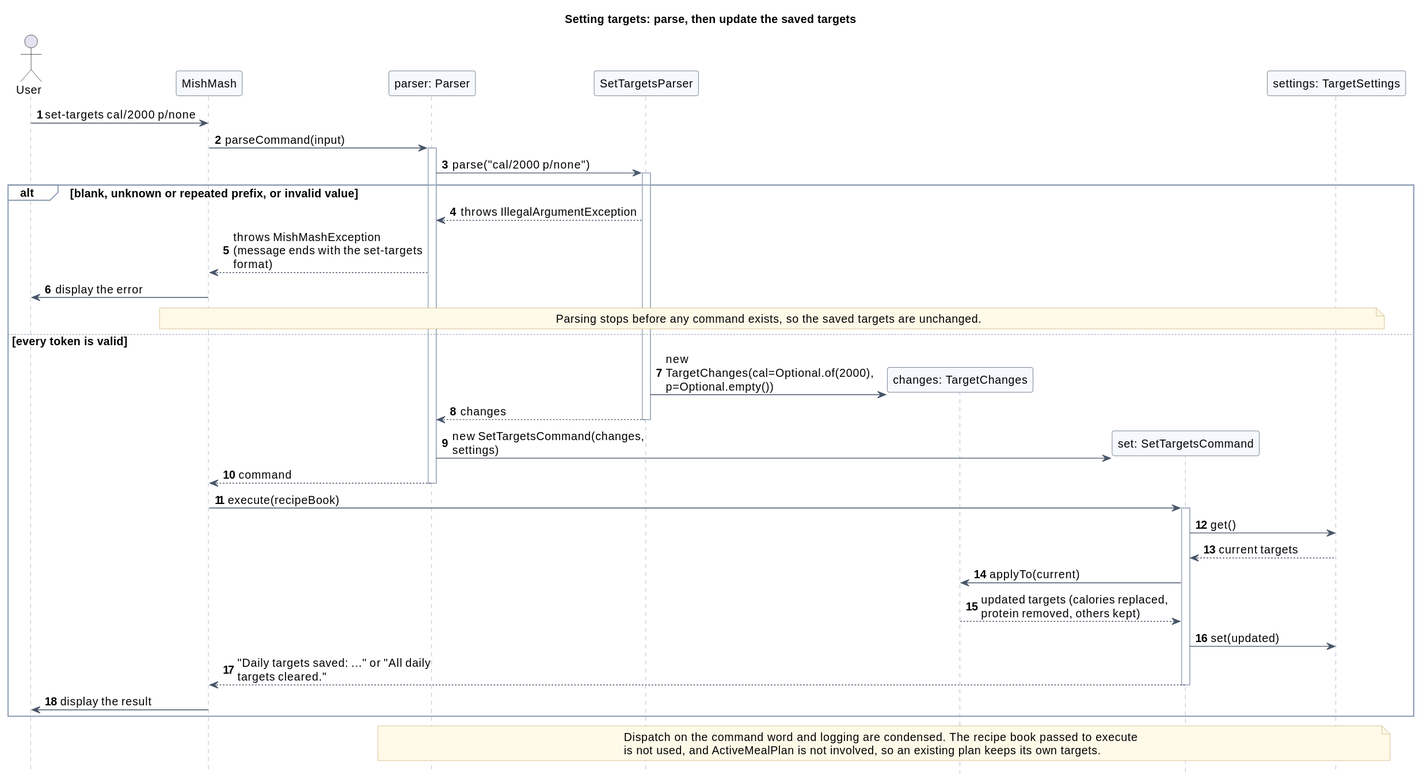
The PlantUML diagram docs/images/targets/set-targets.svg in AY2627S1-CS2113-W13-4/tp, before a commit. Its diagram source:
```plantuml
@startuml
!include ../shortfall/style.iuml
title Setting targets: parse, then update the saved targets
autonumber

actor "User" as User
participant "MishMash" as App
participant "parser: Parser" as Parser
participant "SetTargetsParser" as SParser
participant "changes: TargetChanges" as Changes
participant "set: SetTargetsCommand" as Set
participant "settings: TargetSettings" as Settings

User -> App : set-targets cal/2000 p/none
App -> Parser : parseCommand(input)
activate Parser
Parser -> SParser : parse("cal/2000 p/none")
activate SParser
alt blank, unknown or repeated prefix, or invalid value
  SParser --> Parser : throws IllegalArgumentException
  Parser --> App : throws MishMashException (message ends with the set-targets format)
  App -> User : display the error
  note over App, Settings : Parsing stops before any command exists, so the saved targets are unchanged.
else every token is valid
  SParser -> Changes ** : new TargetChanges(cal=Optional.of(2000), p=Optional.empty())
  SParser --> Parser : changes
  deactivate SParser
  Parser -> Set ** : new SetTargetsCommand(changes, settings)
  Parser --> App : command
  deactivate Parser
  App -> Set : execute(recipeBook)
  activate Set
  Set -> Settings : get()
  Settings --> Set : current targets
  Set -> Changes : applyTo(current)
  Changes --> Set : updated targets (calories replaced, protein removed, others kept)
  Set -> Settings : set(updated)
  Set --> App : "Daily targets saved: ..." or "All daily targets cleared."
  deactivate Set
  App -> User : display the result
end

note over Parser, Settings
  Dispatch on the command word and logging are condensed. The recipe book passed to execute
  is not used, and ActiveMealPlan is not involved, so an existing plan keeps its own targets.
end note
@enduml
```
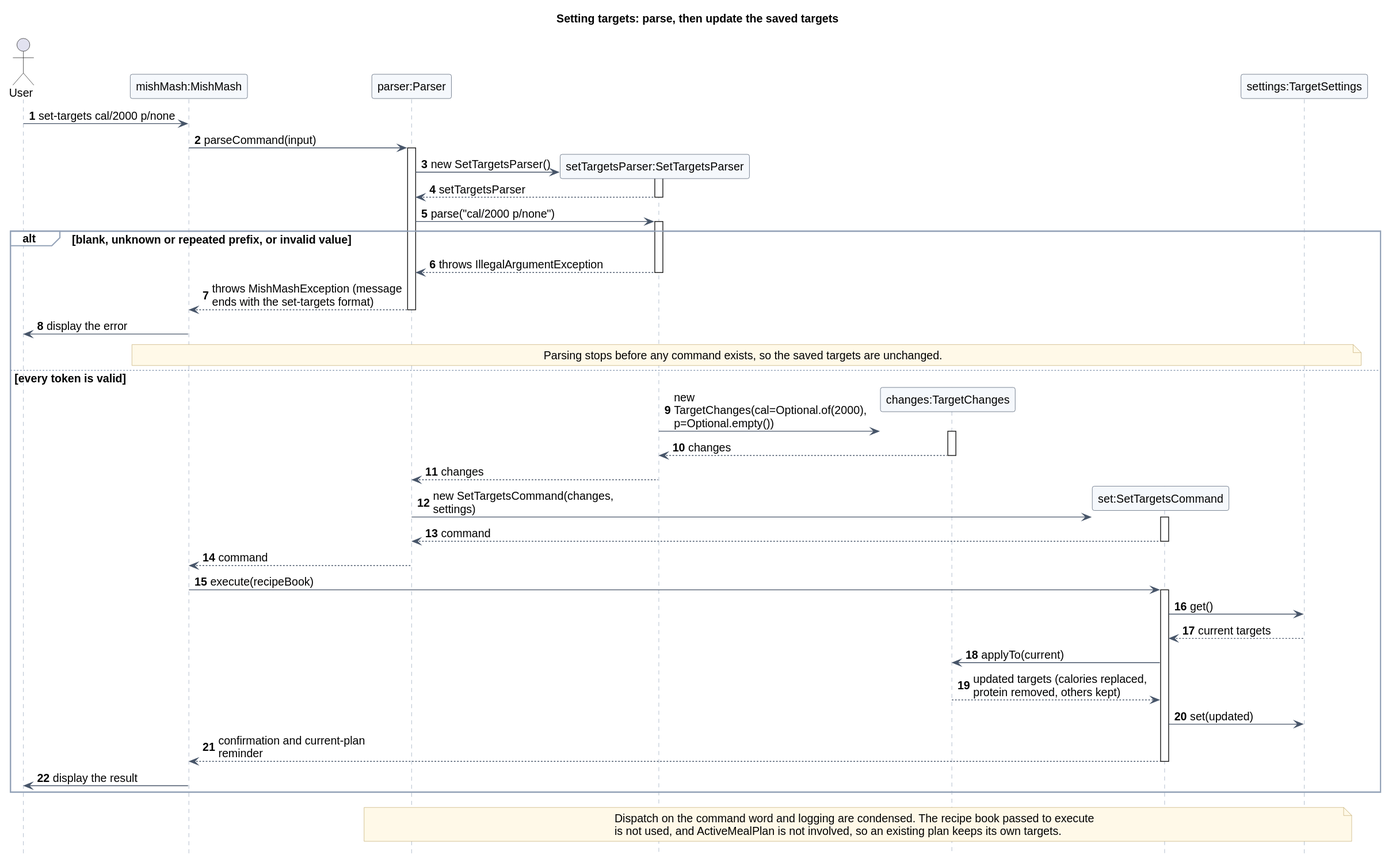
The same diagram one commit later.

What changed in the source:
```diff
@@ -4,28 +4,43 @@
 autonumber
 
 actor "User" as User
-participant "MishMash" as App
-participant "parser: Parser" as Parser
-participant "SetTargetsParser" as SParser
-participant "changes: TargetChanges" as Changes
-participant "set: SetTargetsCommand" as Set
-participant "settings: TargetSettings" as Settings
+participant "mishMash:MishMash" as App
+participant "parser:Parser" as Parser
+participant "setTargetsParser:SetTargetsParser" as SParser
+participant "changes:TargetChanges" as Changes
+participant "set:SetTargetsCommand" as Set
+participant "settings:TargetSettings" as Settings
 
 User -> App : set-targets cal/2000 p/none
 App -> Parser : parseCommand(input)
 activate Parser
+create SParser
+Parser -> SParser : new SetTargetsParser()
+activate SParser
+SParser --> Parser : setTargetsParser
+deactivate SParser
 Parser -> SParser : parse("cal/2000 p/none")
 activate SParser
 alt blank, unknown or repeated prefix, or invalid value
   SParser --> Parser : throws IllegalArgumentException
+  deactivate SParser
   Parser --> App : throws MishMashException (message ends with the set-targets format)
+  deactivate Parser
   App -> User : display the error
   note over App, Settings : Parsing stops before any command exists, so the saved targets are unchanged.
 else every token is valid
-  SParser -> Changes ** : new TargetChanges(cal=Optional.of(2000), p=Optional.empty())
+  create Changes
+  SParser -> Changes : new TargetChanges(cal=Optional.of(2000), p=Optional.empty())
+  activate Changes
+  Changes --> SParser : changes
+  deactivate Changes
   SParser --> Parser : changes
   deactivate SParser
-  Parser -> Set ** : new SetTargetsCommand(changes, settings)
+  create Set
+  Parser -> Set : new SetTargetsCommand(changes, settings)
+  activate Set
+  Set --> Parser : command
+  deactivate Set
   Parser --> App : command
   deactivate Parser
   App -> Set : execute(recipeBook)
@@ -35,7 +50,7 @@
   Set -> Changes : applyTo(current)
   Changes --> Set : updated targets (calories replaced, protein removed, others kept)
   Set -> Settings : set(updated)
-  Set --> App : "Daily targets saved: ..." or "All daily targets cleared."
+  Set --> App : confirmation and current-plan reminder
   deactivate Set
   App -> User : display the result
 end
```
